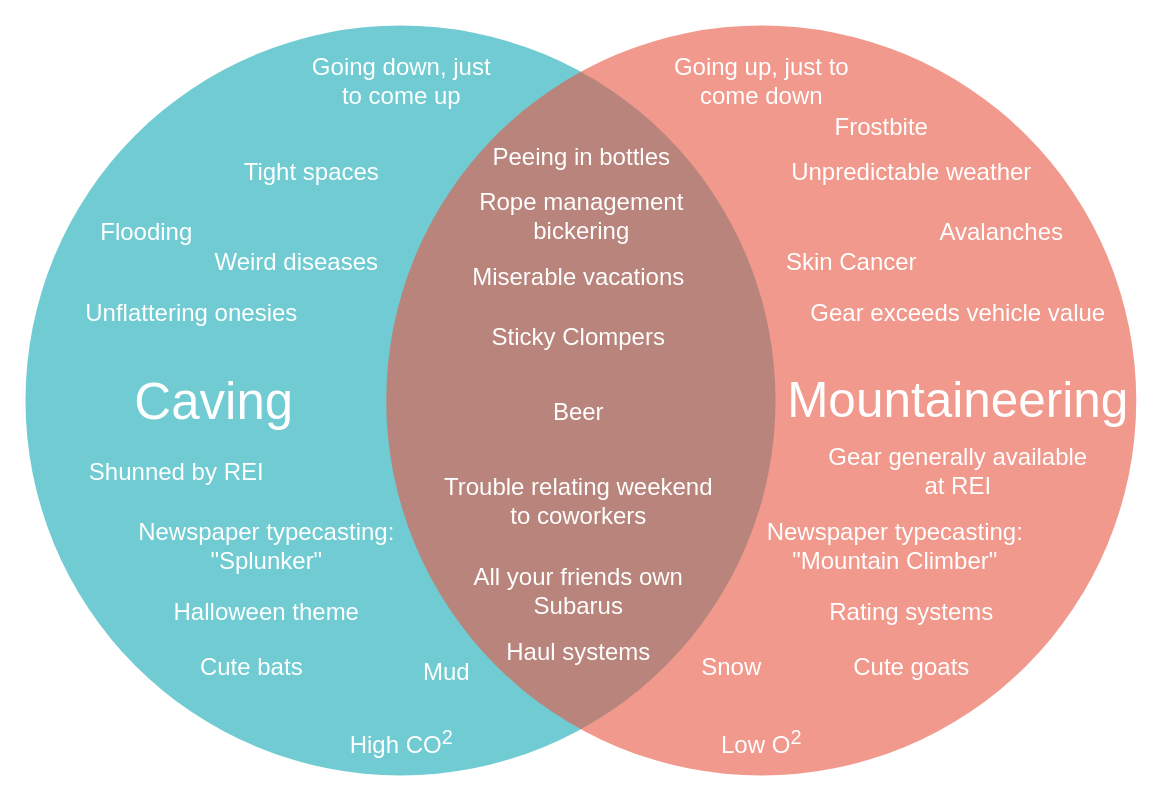
Earlier version of the draw.io diagram MountaineerCavingVenn.drawio (socalgrotto/diagrams). Source tidied: cells renumbered, new cells numbered last; positions are measured from the earlier drawing's top-left corner, leaving out a move shared by most shapes. Both pictures are drawn from the tidied source at 150%, with x=0, y=0 at pixel (26, 24).
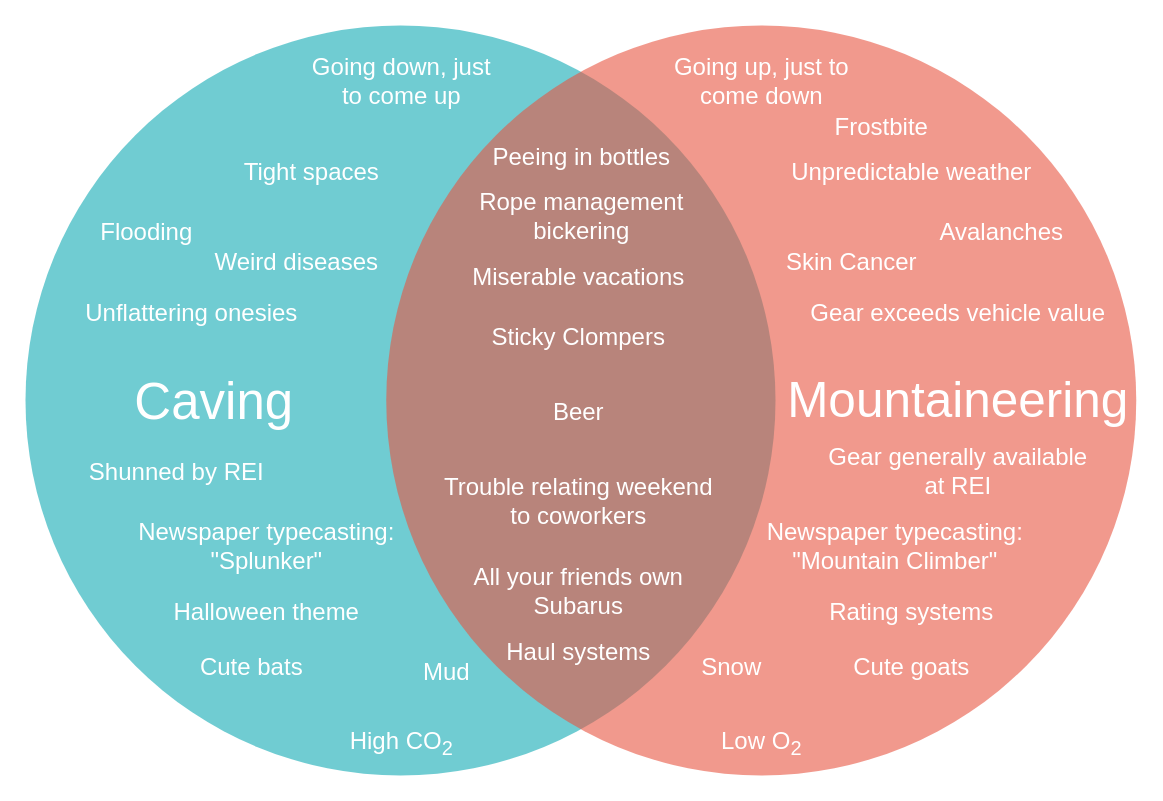
The same page after the edit.

Commit message:
subscript for molocules

Diff of the diagram source:
```diff
@@
-    <mxCell id="27" value="High CO&lt;sup&gt;2&lt;/sup&gt;" style="text;align=center;html=1;fontColor=#FFFFFF;fontSize=16;" parent="1" vertex="1">
+    <mxCell id="27" value="High CO&lt;sub&gt;2&lt;/sub&gt;" style="text;align=center;html=1;fontColor=#FFFFFF;fontSize=16;" parent="1" vertex="1">
       <mxGeometry x="229.5" y="460.5" width="40" height="40" as="geometry" />
     </mxCell>
@@
-    <mxCell id="36" value="Low O&lt;sup&gt;2&lt;/sup&gt;" style="text;align=center;html=1;fontColor=#FFFFFF;fontSize=16;" parent="1" vertex="1">
+    <mxCell id="36" value="Low O&lt;sub&gt;2&lt;/sub&gt;" style="text;align=center;html=1;fontColor=#FFFFFF;fontSize=16;" parent="1" vertex="1">
       <mxGeometry x="470" y="460.5" width="40" height="40" as="geometry" />
     </mxCell>
```
